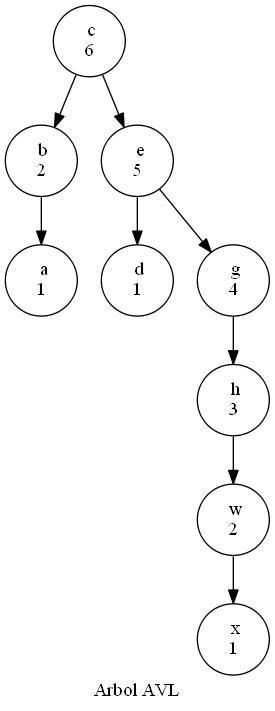
Above: EDD_Proyecto2/Reportes/ArbolAVL.png in hr9457/EDD_1S2020_PY2_201314296 (Graphviz), before the change. Its source is kept beside it as EDD_Proyecto2/ArchivosDot/ArbolAVL.dot. Its diagram source:
```dot
digraph arbolAVL{
rankdir=TB;
nodoc[ label = " c
6" ];
nodoc->nodob
nodob[ label = " b
2" ];
nodob->nodoa
nodoa[ label = " a
1" ];
nodoc->nodoe
nodoe[ label = " e
5" ];
nodoe->nodod
nodod[ label = " d
1" ];
nodoe->nodog
nodog[ label = " g
4" ];
nodog->nodoh
nodoh[ label = " h
3" ];
nodoh->nodow
nodow[ label = " w
2" ];
nodow->nodox
nodox[ label = " x
1" ];

label = " Arbol AVL ";
}
```
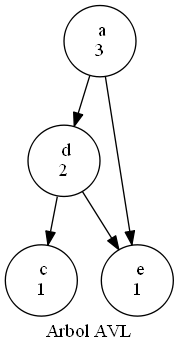
Above is the later version.

Diff of the diagram source:
```diff
@@ -1,30 +1,18 @@
 digraph arbolAVL{
 rankdir=TB;
+nodoa[ label = " a
+3" ];
+nodoa->nodod
+nodod[ label = " d
+2" ];
+nodod->nodoc
 nodoc[ label = " c
-6" ];
-nodoc->nodob
-nodob[ label = " b
-2" ];
-nodob->nodoa
-nodoa[ label = " a
 1" ];
-nodoc->nodoe
+nodod->nodoe
 nodoe[ label = " e
-5" ];
-nodoe->nodod
-nodod[ label = " d
 1" ];
-nodoe->nodog
-nodog[ label = " g
-4" ];
-nodog->nodoh
-nodoh[ label = " h
-3" ];
-nodoh->nodow
-nodow[ label = " w
-2" ];
-nodow->nodox
-nodox[ label = " x
+nodoa->nodoe
+nodoe[ label = " e
 1" ];
 
 label = " Arbol AVL ";
```
